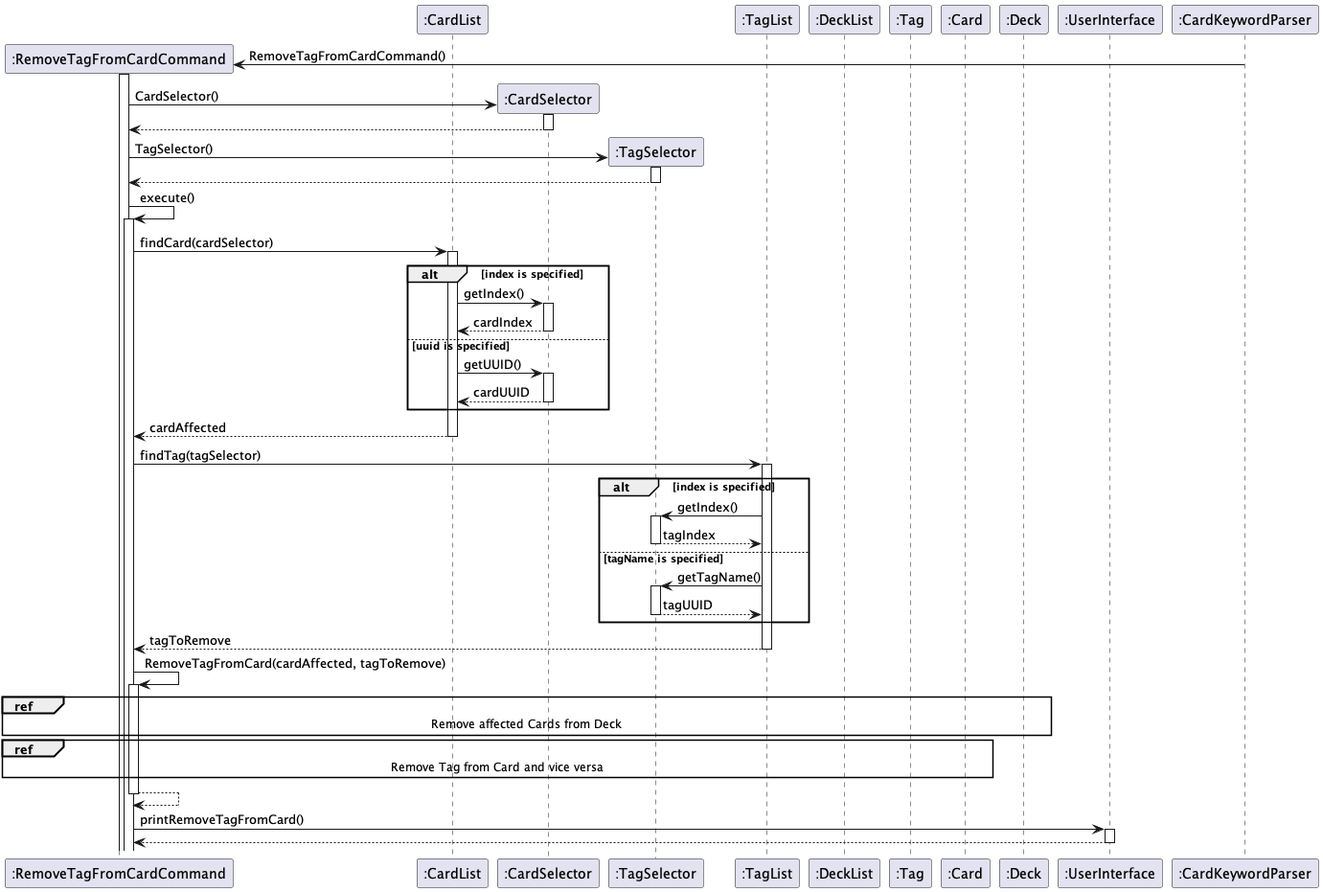
Above: docs/img/CardUntagSequence.png in nus-cs2113-AY2223S2/tp (PlantUML), before the change. Its diagram source:
```plantuml
@startuml
autoactivate on

participant ":RemoveTagFromCardCommand" as RemoveTagFromCardCommand
participant ":TagList" as TagList
participant ":CardList" as CardList
participant ":CardSelector" as CardSelector
participant ":TagSelector" as TagSelector
participant ":TagList" as TagList
participant ":DeckList" as DeckList
participant ":Tag" as Tag
participant ":Card" as Card
participant ":Deck" as Deck
participant ":UserInterface" as UserInterface
participant ":CardKeywordParser" as CardKeywordParser


Create RemoveTagFromCardCommand
CardKeywordParser -> RemoveTagFromCardCommand : RemoveTagFromCardCommand()
activate RemoveTagFromCardCommand

Create CardSelector
RemoveTagFromCardCommand -> CardSelector : CardSelector()
return

Create TagSelector
RemoveTagFromCardCommand -> TagSelector : TagSelector()
return

RemoveTagFromCardCommand -> RemoveTagFromCardCommand: execute()
RemoveTagFromCardCommand -> CardList : findCard(cardSelector)

alt index is specified
CardList -> CardSelector : getIndex()
return cardIndex
else uuid is specified
CardList -> CardSelector : getUUID()
return cardUUID
end
return cardAffected


RemoveTagFromCardCommand -> TagList : findTag(tagSelector)

alt index is specified
TagList -> TagSelector : getIndex()
return tagIndex
else tagName is specified
TagList -> TagSelector : getTagName()
return tagUUID
end
return tagToRemove

RemoveTagFromCardCommand -> RemoveTagFromCardCommand : RemoveTagFromCard(cardAffected, tagToRemove)


ref over RemoveTagFromCardCommand, Tag, DeckList, Deck
Remove affected Cards from Deck
end ref


ref over RemoveTagFromCardCommand, Tag, Card
Remove Tag from Card and vice versa
end ref


return

RemoveTagFromCardCommand -> UserInterface : printRemoveTagFromCard()
return

@enduml
```
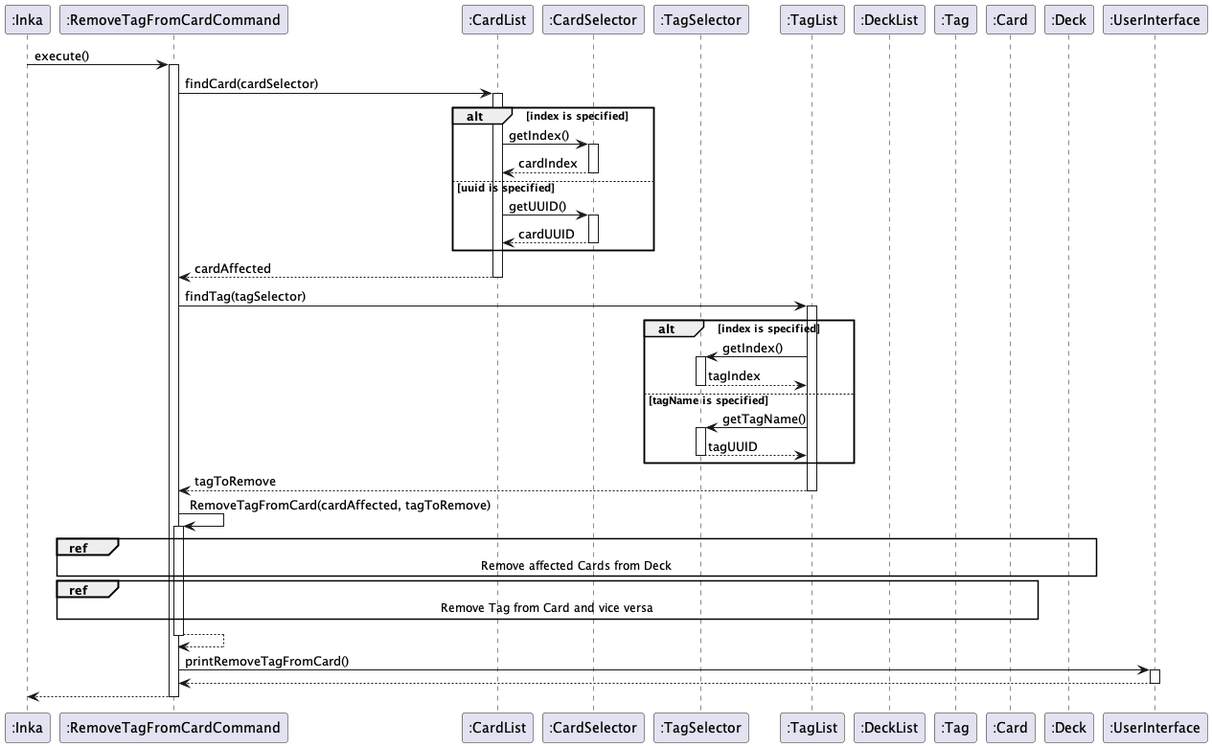
After the change.

The edit, as a diff of the source:
```diff
@@ -1,6 +1,7 @@
 @startuml
 autoactivate on
 
+participant ":Inka" as Inka
 participant ":RemoveTagFromCardCommand" as RemoveTagFromCardCommand
 participant ":TagList" as TagList
 participant ":CardList" as CardList
@@ -12,22 +13,8 @@
 participant ":Card" as Card
 participant ":Deck" as Deck
 participant ":UserInterface" as UserInterface
-participant ":CardKeywordParser" as CardKeywordParser
 
-
-Create RemoveTagFromCardCommand
-CardKeywordParser -> RemoveTagFromCardCommand : RemoveTagFromCardCommand()
-activate RemoveTagFromCardCommand
-
-Create CardSelector
-RemoveTagFromCardCommand -> CardSelector : CardSelector()
-return
-
-Create TagSelector
-RemoveTagFromCardCommand -> TagSelector : TagSelector()
-return
-
-RemoveTagFromCardCommand -> RemoveTagFromCardCommand: execute()
+Inka -> RemoveTagFromCardCommand: execute()
 RemoveTagFromCardCommand -> CardList : findCard(cardSelector)
 
 alt index is specified
@@ -69,4 +56,6 @@
 RemoveTagFromCardCommand -> UserInterface : printRemoveTagFromCard()
 return
 
+return
+
 @enduml
```
